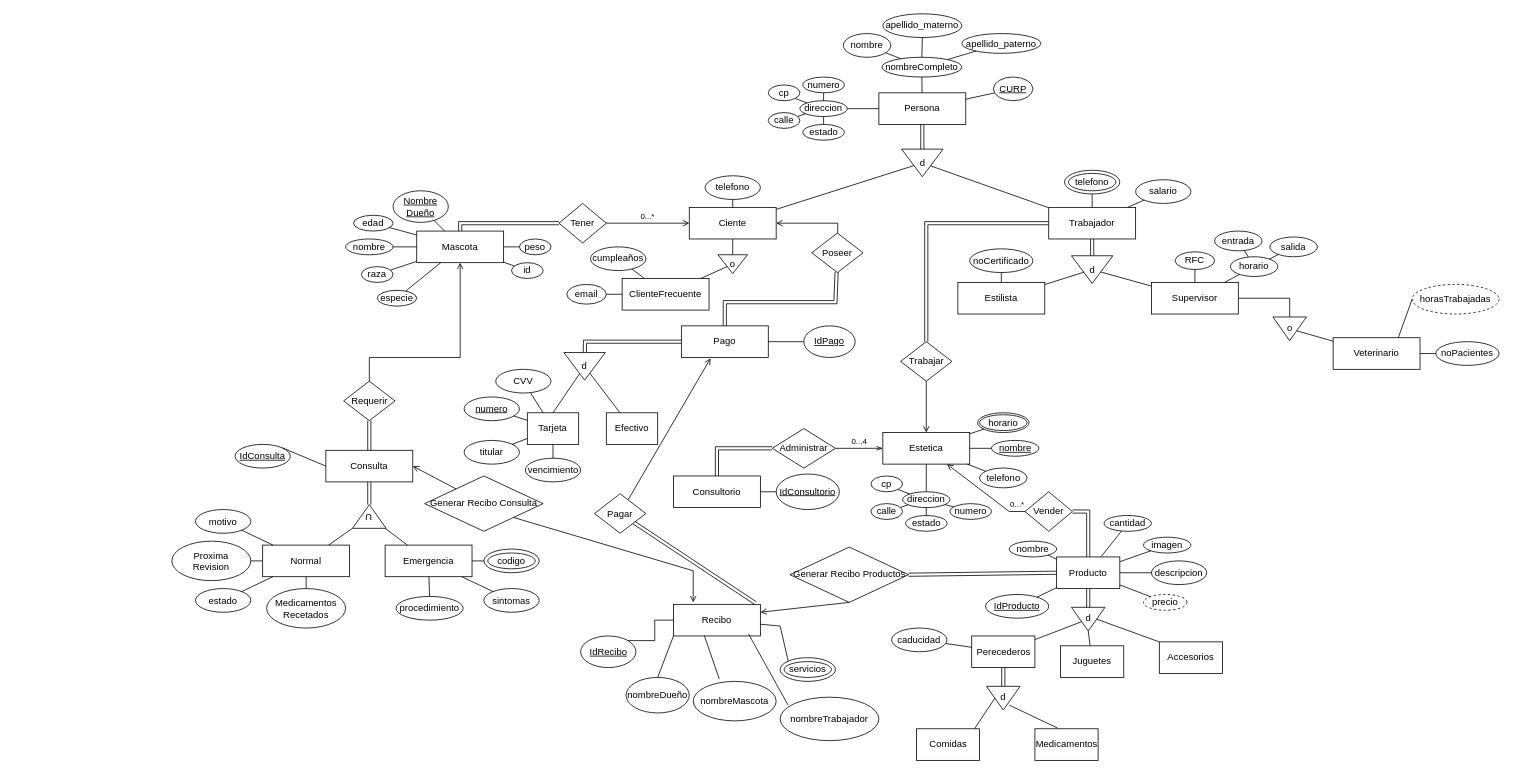
Before: Practica04_DVDSJ/Diagramas/ER02DVDSJ.drawio in DavidHdezU/FundamentosBasesDeDatosPracticas, a draw.io diagram. Source tidied: cells renumbered, new cells numbered last; positions are measured from the earlier drawing's top-left corner, leaving out a move shared by most shapes. Both pictures are drawn from the tidied source at 79%, with x=0, y=0 at pixel (171, 13).
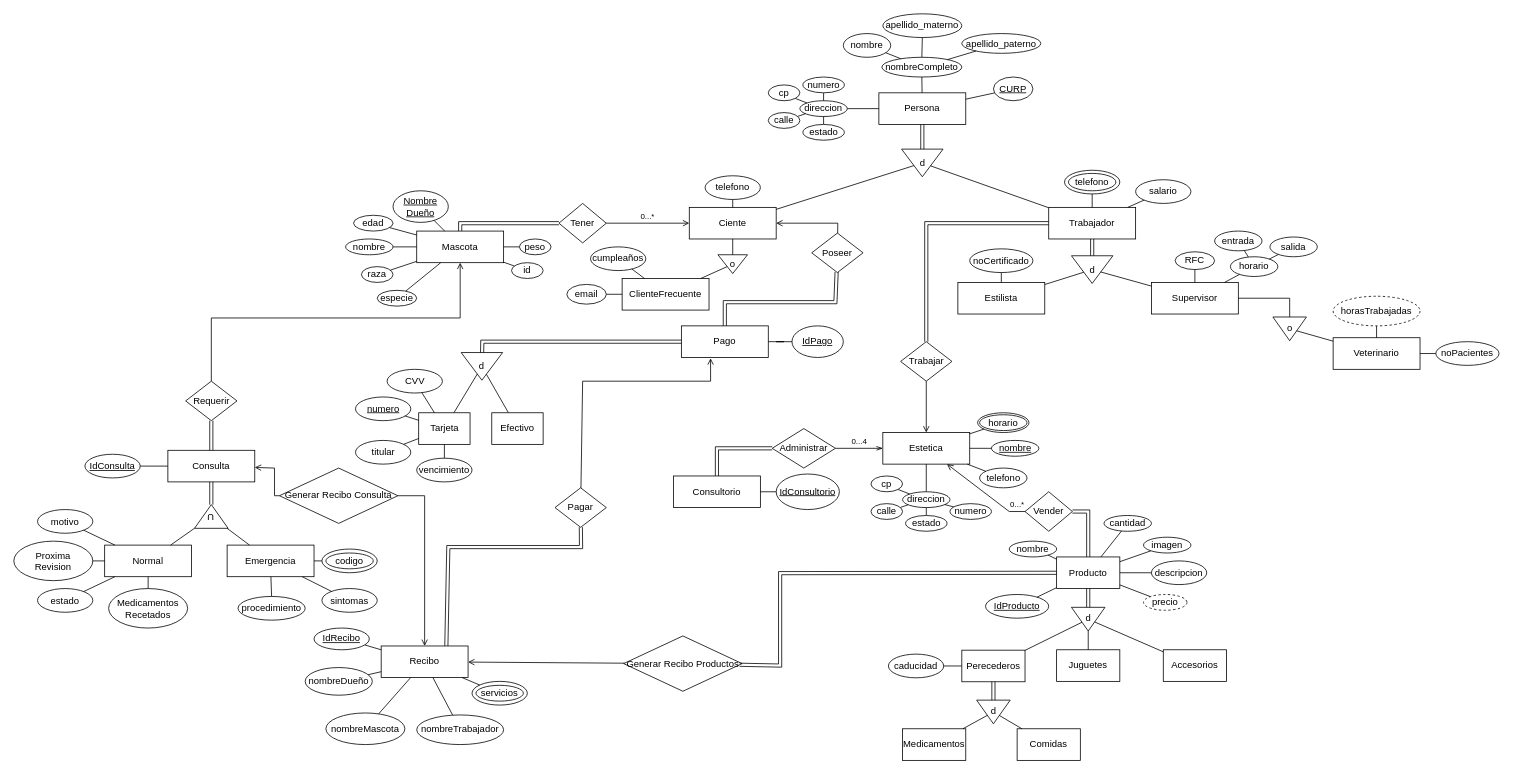
The same page after the edit.

Commit message (it also covers changes not shown here):
Correciones esteticas a diagrama v.2

The change refers to these unchanged cells:
```xml
<mxCell id="2" value="&lt;div&gt;Producto&lt;/div&gt;" style="rounded=0;whiteSpace=wrap;html=1;" parent="1" vertex="1">
  <mxGeometry x="1120" y="687.5" width="80" height="40" as="geometry" />
</mxCell>
<mxCell id="59" value="Veterinario" style="rounded=0;whiteSpace=wrap;html=1;" parent="1" vertex="1">
  <mxGeometry x="1470" y="410" width="110" height="40" as="geometry" />
</mxCell>
<mxCell id="89" value="Mascota" style="rounded=0;whiteSpace=wrap;html=1;" parent="1" vertex="1">
  <mxGeometry x="310" y="275" width="110" height="40" as="geometry" />
</mxCell>
<mxCell id="121" value="d" style="triangle;whiteSpace=wrap;html=1;rotation=90;labelPosition=center;verticalLabelPosition=middle;align=center;verticalAlign=top;horizontal=0;" parent="1" vertex="1">
  <mxGeometry x="1145" y="745" width="30" height="42.5" as="geometry" />
</mxCell>
<mxCell id="157" value="Pago" style="rounded=0;whiteSpace=wrap;html=1;" parent="1" vertex="1">
  <mxGeometry x="645" y="395" width="110" height="40" as="geometry" />
</mxCell>
```

The edit, as a diff of the source:
```diff
@@
     <mxCell id="111" value="caducidad" style="ellipse;whiteSpace=wrap;html=1;fontStyle=0;" parent="1" vertex="1">
-      <mxGeometry x="911.2" y="777.5" width="70" height="30" as="geometry" />
+      <mxGeometry x="907.1" y="810.5" width="70" height="30" as="geometry" />
     </mxCell>
@@
     <mxCell id="123" value="Perecederos" style="rounded=0;whiteSpace=wrap;html=1;" parent="1" vertex="1">
-      <mxGeometry x="1012.5" y="787.5" width="80" height="40" as="geometry" />
+      <mxGeometry x="1000" y="805.5" width="80" height="40" as="geometry" />
     </mxCell>
@@
     <mxCell id="128" value="Consulta" style="rounded=0;whiteSpace=wrap;html=1;" parent="1" vertex="1">
-      <mxGeometry x="195" y="552.5" width="110" height="40" as="geometry" />
+      <mxGeometry x="-5" y="552.5" width="110" height="40" as="geometry" />
     </mxCell>
     <mxCell id="129" value="Normal" style="rounded=0;whiteSpace=wrap;html=1;" parent="1" vertex="1">
-      <mxGeometry x="115" y="672.5" width="110" height="40" as="geometry" />
+      <mxGeometry x="-85" y="672.5" width="110" height="40" as="geometry" />
     </mxCell>
     <mxCell id="130" value="&lt;div&gt;Emergencia&lt;/div&gt;" style="rounded=0;whiteSpace=wrap;html=1;" parent="1" vertex="1">
-      <mxGeometry x="270" y="672.5" width="110" height="40" as="geometry" />
+      <mxGeometry x="70" y="672.5" width="110" height="40" as="geometry" />
     </mxCell>
     <mxCell id="131" value="estado" style="ellipse;whiteSpace=wrap;html=1;fontStyle=0;" parent="1" vertex="1">
-      <mxGeometry x="30" y="727.5" width="70" height="30" as="geometry" />
+      <mxGeometry x="-170" y="727.5" width="70" height="30" as="geometry" />
     </mxCell>
     <mxCell id="132" value="motivo" style="ellipse;whiteSpace=wrap;html=1;fontStyle=0;" parent="1" vertex="1">
-      <mxGeometry x="30" y="627.5" width="70" height="30" as="geometry" />
+      <mxGeometry x="-170" y="627.5" width="70" height="30" as="geometry" />
     </mxCell>
     <mxCell id="133" value="Medicamentos&lt;div&gt;Recetados&lt;br&gt;&lt;/div&gt;" style="ellipse;whiteSpace=wrap;html=1;fontStyle=0;verticalAlign=middle;" parent="1" vertex="1">
-      <mxGeometry x="120" y="727.5" width="100" height="50" as="geometry" />
+      <mxGeometry x="-80" y="727.5" width="100" height="50" as="geometry" />
     </mxCell>
     <mxCell id="134" value="&lt;div&gt;Proxima&lt;/div&gt;&lt;div&gt;Revision&lt;br&gt;&lt;/div&gt;" style="ellipse;whiteSpace=wrap;html=1;fontStyle=0;verticalAlign=middle;" parent="1" vertex="1">
-      <mxGeometry y="667.5" width="100" height="50" as="geometry" />
+      <mxGeometry x="-200" y="667.5" width="100" height="50" as="geometry" />
     </mxCell>
     <mxCell id="135" value="sintomas" style="ellipse;whiteSpace=wrap;html=1;fontStyle=0;" parent="1" vertex="1">
-      <mxGeometry x="395" y="727.5" width="70" height="30" as="geometry" />
+      <mxGeometry x="190" y="727.5" width="70" height="30" as="geometry" />
     </mxCell>
     <mxCell id="136" value="codigo" style="ellipse;whiteSpace=wrap;html=1;fontStyle=0;" parent="1" vertex="1">
-      <mxGeometry x="395" y="677.5" width="70" height="30" as="geometry" />
+      <mxGeometry x="190" y="677.5" width="70" height="30" as="geometry" />
     </mxCell>
     <mxCell id="137" value="procedimiento" style="ellipse;whiteSpace=wrap;html=1;fontStyle=0;" parent="1" vertex="1">
-      <mxGeometry x="283.8" y="737.5" width="85" height="30" as="geometry" />
+      <mxGeometry x="83.8" y="737.5" width="85" height="30" as="geometry" />
     </mxCell>
     <mxCell id="138" value="U" style="triangle;whiteSpace=wrap;html=1;rotation=-90;labelPosition=center;verticalLabelPosition=middle;align=center;verticalAlign=top;horizontal=0;" parent="1" vertex="1">
-      <mxGeometry x="235" y="615" width="30" height="42.5" as="geometry" />
+      <mxGeometry x="35" y="615" width="30" height="42.5" as="geometry" />
     </mxCell>
@@
     <mxCell id="149" value="Requerir" style="rhombus;whiteSpace=wrap;html=1;fillColor=default;" parent="1" vertex="1">
-      <mxGeometry x="217.5" y="465" width="65" height="50" as="geometry" />
+      <mxGeometry x="17.5" y="465" width="65" height="50" as="geometry" />
     </mxCell>
@@
     <mxCell id="151" style="endArrow=open;html=1;rounded=0;fontSize=10;endFill=0;" parent="1" edge="1" source="149" target="89">
       <mxGeometry relative="1" as="geometry">
         <Array as="points">
-          <mxPoint x="250" y="435" />
-          <mxPoint x="365" y="435" />
+          <mxPoint x="50" y="385" />
+          <mxPoint x="365" y="385" />
         </Array>
       </mxGeometry>
     </mxCell>
     <mxCell id="152" style="ellipse;whiteSpace=wrap;html=1;fontStyle=0;fillColor=none;" parent="1" vertex="1">
-      <mxGeometry x="400" y="682.5" width="60" height="20" as="geometry" />
+      <mxGeometry x="195" y="682.5" width="60" height="20" as="geometry" />
     </mxCell>
@@
     <mxCell id="160" value="d" style="triangle;whiteSpace=wrap;html=1;rotation=90;labelPosition=center;verticalLabelPosition=middle;align=center;verticalAlign=middle;horizontal=0;" parent="1" vertex="1">
-      <mxGeometry x="505" y="420" width="35" height="52.5" as="geometry" />
+      <mxGeometry x="375" y="420" width="35" height="52.5" as="geometry" />
     </mxCell>
-    <mxCell id="161" style="endArrow=none;html=1;rounded=0;fontSize=11;exitX=0.5;exitY=0;exitDx=0;exitDy=0;" parent="1" edge="1" source="163" target="160">
+    <mxCell id="161" style="endArrow=none;html=1;rounded=0;fontSize=11;" parent="1" edge="1" source="163" target="160">
       <mxGeometry relative="1" as="geometry" />
     </mxCell>
@@
     <mxCell id="163" value="Tarjeta" style="rounded=0;whiteSpace=wrap;html=1;" parent="1" vertex="1">
-      <mxGeometry x="450" y="505" width="65" height="40" as="geometry" />
+      <mxGeometry x="312.5" y="505" width="65" height="40" as="geometry" />
     </mxCell>
     <mxCell id="164" value="Efectivo" style="rounded=0;whiteSpace=wrap;html=1;" parent="1" vertex="1">
-      <mxGeometry x="550" y="505" width="65" height="40" as="geometry" />
+      <mxGeometry x="405" y="505" width="65" height="40" as="geometry" />
     </mxCell>
     <mxCell id="165" style="endArrow=none;html=1;rounded=0;fontSize=10;shape=link;" parent="1" edge="1" source="160" target="157">
       <mxGeometry relative="1" as="geometry">
         <Array as="points">
-          <mxPoint x="523" y="415" />
+          <mxPoint x="393" y="415" />
         </Array>
       </mxGeometry>
     </mxCell>
     <mxCell id="166" value="CVV" style="ellipse;whiteSpace=wrap;html=1;fontStyle=0;" parent="1" vertex="1">
-      <mxGeometry x="410" y="450" width="70" height="30" as="geometry" />
+      <mxGeometry x="272.5" y="450" width="70" height="30" as="geometry" />
     </mxCell>
     <mxCell id="167" value="titular" style="ellipse;whiteSpace=wrap;html=1;fontStyle=0;" parent="1" vertex="1">
-      <mxGeometry x="370" y="540" width="70" height="30" as="geometry" />
+      <mxGeometry x="232.5" y="540" width="70" height="30" as="geometry" />
     </mxCell>
     <mxCell id="168" value="numero" style="ellipse;whiteSpace=wrap;html=1;fontStyle=4;" parent="1" vertex="1">
-      <mxGeometry x="370" y="485" width="70" height="30" as="geometry" />
+      <mxGeometry x="232.5" y="485" width="70" height="30" as="geometry" />
     </mxCell>
     <mxCell id="169" value="vencimiento" style="ellipse;whiteSpace=wrap;html=1;fontStyle=0;" parent="1" vertex="1">
-      <mxGeometry x="447.5" y="562.5" width="70" height="30" as="geometry" />
+      <mxGeometry x="310" y="562.5" width="70" height="30" as="geometry" />
     </mxCell>
@@
     <mxCell id="174" value="&lt;div&gt;Recibo&lt;/div&gt;" style="rounded=0;whiteSpace=wrap;html=1;" parent="1" vertex="1">
-      <mxGeometry x="635" y="747.5" width="110" height="40" as="geometry" />
+      <mxGeometry x="265" y="800.2" width="110" height="40" as="geometry" />
     </mxCell>
-    <mxCell id="175" style="edgeStyle=orthogonalEdgeStyle;rounded=0;jettySize=auto;html=1;exitX=1;exitY=0;exitDx=0;exitDy=0;strokeColor=default;endArrow=none;endFill=0;" parent="1" edge="1" source="176" target="174">
-      <mxGeometry relative="1" as="geometry" />
-    </mxCell>
     <mxCell id="176" value="&lt;div&gt;IdRecibo&lt;/div&gt;" style="ellipse;whiteSpace=wrap;html=1;verticalAlign=middle;fontStyle=4;" parent="1" vertex="1">
-      <mxGeometry x="517.5" y="787.5" width="70" height="40" as="geometry" />
+      <mxGeometry x="180" y="777.5" width="70" height="27.5" as="geometry" />
     </mxCell>
     <mxCell id="177" value="&lt;div&gt;nombreDueño&lt;/div&gt;" style="ellipse;whiteSpace=wrap;html=1;fontStyle=0;" parent="1" vertex="1">
-      <mxGeometry x="575" y="840" width="80" height="45" as="geometry" />
+      <mxGeometry x="168.8" y="827.5" width="85" height="35" as="geometry" />
     </mxCell>
-    <mxCell id="178" style="endArrow=none;html=1;rounded=0;strokeColor=default;exitX=0.5;exitY=0;exitDx=0;exitDy=0;entryX=0;entryY=1;entryDx=0;entryDy=0;" parent="1" edge="1" source="177" target="174">
+    <mxCell id="178" style="endArrow=none;html=1;rounded=0;strokeColor=default;" parent="1" edge="1" source="177" target="174">
       <mxGeometry relative="1" as="geometry" />
     </mxCell>
     <mxCell id="179" value="nombreMascota" style="ellipse;whiteSpace=wrap;html=1;fontStyle=0;" parent="1" vertex="1">
-      <mxGeometry x="660" y="845" width="105" height="50" as="geometry" />
+      <mxGeometry x="195" y="885" width="100" height="40" as="geometry" />
     </mxCell>
-    <mxCell id="180" style="endArrow=none;html=1;rounded=0;strokeColor=default;entryX=0.355;entryY=0.988;entryDx=0;entryDy=0;entryPerimeter=0;exitX=0.314;exitY=-0.06;exitDx=0;exitDy=0;exitPerimeter=0;" parent="1" edge="1" source="179" target="174">
+    <mxCell id="180" style="endArrow=none;html=1;rounded=0;strokeColor=default;" parent="1" edge="1" source="179" target="174">
       <mxGeometry relative="1" as="geometry" />
     </mxCell>
     <mxCell id="181" value="&lt;div&gt;servicios&lt;/div&gt;" style="ellipse;whiteSpace=wrap;html=1;fontStyle=0;" parent="1" vertex="1">
-      <mxGeometry x="770" y="815" width="70" height="30" as="geometry" />
+      <mxGeometry x="380" y="845" width="70" height="30" as="geometry" />
     </mxCell>
     <mxCell id="182" style="ellipse;whiteSpace=wrap;html=1;fontStyle=0;fillColor=none;" parent="1" vertex="1">
-      <mxGeometry x="775" y="820" width="60" height="20" as="geometry" />
+      <mxGeometry x="385" y="850" width="60" height="20" as="geometry" />
     </mxCell>
-    <mxCell id="183" style="endArrow=none;html=1;rounded=0;strokeColor=default;entryX=0;entryY=0;entryDx=0;entryDy=0;" parent="1" edge="1" source="174" target="181">
-      <mxGeometry relative="1" as="geometry">
-        <Array as="points">
-          <mxPoint x="770" y="775" />
-        </Array>
-      </mxGeometry>
-    </mxCell>
     <mxCell id="184" value="nombreTrabajador" style="ellipse;whiteSpace=wrap;html=1;fontStyle=0;" parent="1" vertex="1">
-      <mxGeometry x="770" y="865" width="125" height="55" as="geometry" />
+      <mxGeometry x="310" y="887.5" width="110" height="37.5" as="geometry" />
     </mxCell>
-    <mxCell id="185" style="endArrow=none;html=1;rounded=0;strokeColor=default;exitX=0.08;exitY=0.182;exitDx=0;exitDy=0;exitPerimeter=0;" parent="1" edge="1" source="184">
-      <mxGeometry relative="1" as="geometry">
-        <mxPoint x="730" y="785" as="targetPoint" />
-      </mxGeometry>
+    <mxCell id="185" style="endArrow=none;html=1;rounded=0;strokeColor=default;" parent="1" edge="1" source="184" target="174">
+      <mxGeometry relative="1" as="geometry" />
     </mxCell>
     <mxCell id="186" value="Generar Recibo Consulta" style="rhombus;whiteSpace=wrap;html=1;fillColor=default;" parent="1" vertex="1">
-      <mxGeometry x="320" y="585" width="150" height="70" as="geometry" />
+      <mxGeometry x="136.2" y="575" width="150" height="70" as="geometry" />
     </mxCell>
-    <mxCell id="187" style="endArrow=open;html=1;rounded=0;strokeColor=default;exitX=1;exitY=1;exitDx=0;exitDy=0;endFill=0;" parent="1" edge="1" source="186">
+    <mxCell id="187" style="endArrow=open;html=1;rounded=0;strokeColor=default;endFill=0;" parent="1" edge="1" source="186" target="174">
       <mxGeometry relative="1" as="geometry">
-        <mxPoint x="660" y="745" as="targetPoint" />
         <Array as="points">
-          <mxPoint x="660" y="705" />
+          <mxPoint x="320" y="610" />
         </Array>
       </mxGeometry>
     </mxCell>
-    <mxCell id="188" style="endArrow=open;html=1;rounded=0;strokeColor=default;entryX=1;entryY=0.5;entryDx=0;entryDy=0;endFill=0;" parent="1" edge="1" source="186" target="128">
-      <mxGeometry relative="1" as="geometry" />
+    <mxCell id="188" style="endArrow=open;html=1;rounded=0;strokeColor=default;endFill=0;" parent="1" edge="1" source="186" target="128">
+      <mxGeometry relative="1" as="geometry">
+        <Array as="points">
+          <mxPoint x="130" y="610" />
+          <mxPoint x="130" y="575" />
+        </Array>
+      </mxGeometry>
     </mxCell>
     <mxCell id="189" value="&lt;div&gt;Pagar&lt;/div&gt;" style="rhombus;whiteSpace=wrap;html=1;fillColor=default;" parent="1" vertex="1">
-      <mxGeometry x="535" y="607.5" width="65" height="50" as="geometry" />
+      <mxGeometry x="485" y="600" width="65" height="50" as="geometry" />
     </mxCell>
-    <mxCell id="190" style="endArrow=classic;html=1;rounded=0;strokeColor=default;entryX=0.945;entryY=-0.037;entryDx=0;entryDy=0;entryPerimeter=0;shape=link;" parent="1" edge="1" source="189" target="174">
-      <mxGeometry relative="1" as="geometry" />
+    <mxCell id="190" style="endArrow=classic;html=1;rounded=0;strokeColor=default;shape=link;entryX=0.75;entryY=0;entryDx=0;entryDy=0;" parent="1" edge="1" source="189" target="174">
+      <mxGeometry relative="1" as="geometry">
+        <Array as="points">
+          <mxPoint x="518" y="675" />
+          <mxPoint x="350" y="675" />
+        </Array>
+      </mxGeometry>
     </mxCell>
     <mxCell id="191" style="endArrow=open;html=1;rounded=0;strokeColor=default;entryX=0.336;entryY=1.025;entryDx=0;entryDy=0;entryPerimeter=0;endFill=0;" parent="1" edge="1" source="189" target="157">
-      <mxGeometry relative="1" as="geometry" />
+      <mxGeometry relative="1" as="geometry">
+        <Array as="points">
+          <mxPoint x="520" y="465" />
+          <mxPoint x="682" y="465" />
+        </Array>
+      </mxGeometry>
     </mxCell>
     <mxCell id="192" value="horasTrabajadas" style="ellipse;whiteSpace=wrap;html=1;dashed=1;" parent="1" vertex="1">
-      <mxGeometry x="1570" y="342.5" width="110" height="37.5" as="geometry" />
+      <mxGeometry x="1470" y="357.5" width="110" height="37.5" as="geometry" />
     </mxCell>
-    <mxCell id="193" style="endArrow=none;html=1;rounded=0;strokeColor=default;entryX=0;entryY=0.5;entryDx=0;entryDy=0;exitX=0.75;exitY=0;exitDx=0;exitDy=0;endFill=0;" parent="1" edge="1" source="59" target="192">
+    <mxCell id="193" style="endArrow=none;html=1;rounded=0;strokeColor=default;endFill=0;" parent="1" edge="1" source="59" target="192">
       <mxGeometry relative="1" as="geometry" />
     </mxCell>
     <mxCell id="194" value="IdConsulta" style="ellipse;whiteSpace=wrap;html=1;fontStyle=4;" parent="1" vertex="1">
-      <mxGeometry x="80" y="545" width="70" height="30" as="geometry" />
+      <mxGeometry x="-110" y="557.5" width="70" height="30" as="geometry" />
     </mxCell>
-    <mxCell id="195" style="endArrow=none;html=1;rounded=0;strokeColor=default;exitX=1;exitY=0;exitDx=0;exitDy=0;entryX=0;entryY=0.5;entryDx=0;entryDy=0;endFill=0;" parent="1" edge="1" source="194" target="128">
+    <mxCell id="195" style="endArrow=none;html=1;rounded=0;strokeColor=default;endFill=0;" parent="1" edge="1" source="194" target="128">
       <mxGeometry relative="1" as="geometry" />
     </mxCell>
     <mxCell id="196" value="&lt;div&gt;Comidas&lt;/div&gt;" style="rounded=0;whiteSpace=wrap;html=1;" parent="1" vertex="1">
-      <mxGeometry x="942.5" y="905" width="80" height="40" as="geometry" />
+      <mxGeometry x="1070" y="905" width="80" height="40" as="geometry" />
     </mxCell>
     <mxCell id="197" value="Medicamentos" style="rounded=0;whiteSpace=wrap;html=1;" parent="1" vertex="1">
-      <mxGeometry x="1092.5" y="905" width="80" height="40" as="geometry" />
+      <mxGeometry x="925" y="905" width="80" height="40" as="geometry" />
     </mxCell>
     <mxCell id="198" value="d" style="triangle;whiteSpace=wrap;html=1;rotation=90;labelPosition=center;verticalLabelPosition=middle;align=center;verticalAlign=top;horizontal=0;" parent="1" vertex="1">
-      <mxGeometry x="1037.5" y="845" width="30" height="42.5" as="geometry" />
+      <mxGeometry x="1025" y="862.5" width="30" height="42.5" as="geometry" />
     </mxCell>
@@
-    <mxCell id="200" style="endArrow=none;html=1;rounded=0;strokeColor=default;entryX=0.5;entryY=1;entryDx=0;entryDy=0;exitX=0.919;exitY=0;exitDx=0;exitDy=0;exitPerimeter=0;" parent="1" edge="1" source="196" target="198">
+    <mxCell id="200" style="endArrow=none;html=1;rounded=0;strokeColor=default;" parent="1" edge="1" source="196" target="198">
       <mxGeometry relative="1" as="geometry" />
     </mxCell>
-    <mxCell id="201" style="endArrow=none;html=1;rounded=0;strokeColor=default;entryX=0.356;entryY=-0.025;entryDx=0;entryDy=0;entryPerimeter=0;exitX=0.792;exitY=0.324;exitDx=0;exitDy=0;exitPerimeter=0;" parent="1" edge="1" source="198" target="197">
+    <mxCell id="201" style="endArrow=none;html=1;rounded=0;strokeColor=default;" parent="1" edge="1" source="198" target="197">
       <mxGeometry relative="1" as="geometry" />
     </mxCell>
     <mxCell id="202" value="Juguetes" style="rounded=0;whiteSpace=wrap;html=1;" parent="1" vertex="1">
-      <mxGeometry x="1125" y="800" width="80" height="40" as="geometry" />
+      <mxGeometry x="1120" y="805" width="80" height="40" as="geometry" />
     </mxCell>
@@
     <mxCell id="204" value="&lt;div&gt;Accesorios&lt;/div&gt;" style="rounded=0;whiteSpace=wrap;html=1;" parent="1" vertex="1">
-      <mxGeometry x="1250" y="795" width="80" height="40" as="geometry" />
+      <mxGeometry x="1255" y="805" width="80" height="40" as="geometry" />
     </mxCell>
-    <mxCell id="205" style="endArrow=none;html=1;rounded=0;strokeColor=default;entryX=0;entryY=0;entryDx=0;entryDy=0;exitX=0.5;exitY=0;exitDx=0;exitDy=0;" parent="1" edge="1" source="121" target="204">
+    <mxCell id="205" style="endArrow=none;html=1;rounded=0;strokeColor=default;" parent="1" edge="1" source="121" target="204">
       <mxGeometry relative="1" as="geometry" />
     </mxCell>
     <mxCell id="206" value="Generar Recibo Productos" style="rhombus;whiteSpace=wrap;html=1;fillColor=default;" parent="1" vertex="1">
-      <mxGeometry x="782.5" y="675" width="150" height="70" as="geometry" />
+      <mxGeometry x="571.9" y="787.5" width="150" height="70" as="geometry" />
     </mxCell>
-    <mxCell id="207" style="endArrow=open;html=1;rounded=0;strokeColor=default;entryX=1;entryY=0.25;entryDx=0;entryDy=0;exitX=0.5;exitY=1;exitDx=0;exitDy=0;endFill=0;" parent="1" edge="1" source="206" target="174">
+    <mxCell id="207" style="endArrow=open;html=1;rounded=0;strokeColor=default;endFill=0;" parent="1" edge="1" source="206" target="174">
       <mxGeometry relative="1" as="geometry" />
     </mxCell>
-    <mxCell id="208" style="endArrow=none;html=1;rounded=0;strokeColor=default;entryX=0;entryY=0.5;entryDx=0;entryDy=0;exitX=1;exitY=0.5;exitDx=0;exitDy=0;shape=link;" parent="1" edge="1" source="206" target="2">
-      <mxGeometry relative="1" as="geometry" />
+    <mxCell id="208" style="endArrow=none;html=1;rounded=0;strokeColor=default;shape=link;" parent="1" edge="1" source="206" target="2">
+      <mxGeometry relative="1" as="geometry">
+        <Array as="points">
+          <mxPoint x="770" y="825" />
+          <mxPoint x="770" y="708" />
+        </Array>
+      </mxGeometry>
     </mxCell>
@@
     <mxCell id="210" value="IdPago" style="ellipse;whiteSpace=wrap;html=1;verticalAlign=middle;fontStyle=4;" parent="1" vertex="1">
-      <mxGeometry x="800" y="395" width="65" height="40" as="geometry" />
+      <mxGeometry x="785" y="395" width="65" height="40" as="geometry" />
     </mxCell>
@@
+    <mxCell id="175" style="endArrow=none;html=1;rounded=0;" parent="1" edge="1" source="176" target="174">
+      <mxGeometry relative="1" as="geometry" />
+    </mxCell>
+    <mxCell id="183" style="endArrow=none;html=1;rounded=0;" parent="1" edge="1" source="174" target="181">
+      <mxGeometry relative="1" as="geometry" />
+    </mxCell>
```
